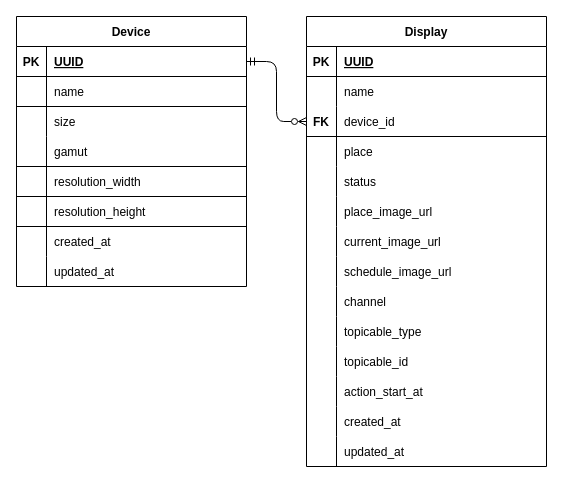
The draw.io diagram display_er_model.drawio in monosparta/borrow_meetingroom_display, before the edit. Source tidied: cells renumbered, new cells numbered last; positions are measured from the earlier drawing's top-left corner, leaving out a move shared by most shapes. Both pictures are drawn from the tidied source at 100%, with x=0, y=0 at pixel (16, 16).
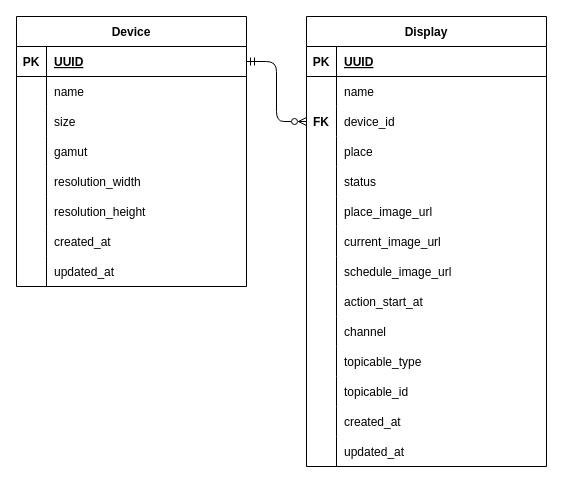
Above is the later version.

The change refers to these unchanged cells:
```xml
<mxCell id="2" value="Display" style="shape=table;startSize=30;childLayout=tableLayout;rowLines=0;fontStyle=1;align=center;fontColor=default;" parent="1" vertex="1">
  <mxGeometry x="290" width="240" height="450" as="geometry" />
</mxCell>
<mxCell id="45" value="Device" style="shape=table;startSize=30;childLayout=tableLayout;rowLines=0;fontStyle=1;align=center;fontColor=default;" parent="1" vertex="1">
  <mxGeometry width="230" height="270" as="geometry" />
</mxCell>
```

Change to the diagram source:
```diff
@@
-    <mxCell id="9" style="shape=tableRow;horizontal=0;startSize=0;swimlaneHead=0;swimlaneBody=0;fillColor=none;points=[[0,0.5],[1,0.5]];portConstraint=eastwest;top=0;left=0;right=0;bottom=1;fontColor=default;" parent="2" vertex="1">
+    <mxCell id="9" style="shape=tableRow;horizontal=0;startSize=0;swimlaneHead=0;swimlaneBody=0;fillColor=none;points=[[0,0.5],[1,0.5]];portConstraint=eastwest;top=0;left=0;right=0;bottom=1;fontColor=default;strokeColor=none;" parent="2" vertex="1">
       <mxGeometry y="90" width="240" height="30" as="geometry" />
     </mxCell>
@@
+    <mxCell id="36" style="shape=tableRow;horizontal=0;startSize=0;swimlaneHead=0;swimlaneBody=0;fillColor=none;top=0;left=0;right=0;bottom=0;fontColor=default;" parent="2" vertex="1">
+      <mxGeometry y="270" width="240" height="30" as="geometry" />
+    </mxCell>
+    <mxCell id="37" style="shape=partialRectangle;fillColor=none;top=0;left=0;bottom=0;right=0;overflow=hidden;fontColor=default;" parent="36" vertex="1">
+      <mxGeometry width="30" height="30" as="geometry" />
+    </mxCell>
+    <mxCell id="38" value="action_start_at" style="shape=partialRectangle;fillColor=none;top=0;left=0;bottom=0;right=0;align=left;spacingLeft=6;overflow=hidden;strokeColor=#FF0000;fontColor=default;" parent="36" vertex="1">
+      <mxGeometry x="30" width="210" height="30" as="geometry" />
+    </mxCell>
     <mxCell id="27" style="shape=tableRow;horizontal=0;startSize=0;swimlaneHead=0;swimlaneBody=0;fillColor=none;top=0;left=0;right=0;bottom=0;fontColor=default;" parent="2" vertex="1">
-      <mxGeometry y="270" width="240" height="30" as="geometry" />
+      <mxGeometry y="300" width="240" height="30" as="geometry" />
     </mxCell>
@@
     <mxCell id="30" style="shape=tableRow;horizontal=0;startSize=0;swimlaneHead=0;swimlaneBody=0;fillColor=none;top=0;left=0;right=0;bottom=0;fontColor=default;" parent="2" vertex="1">
-      <mxGeometry y="300" width="240" height="30" as="geometry" />
+      <mxGeometry y="330" width="240" height="30" as="geometry" />
     </mxCell>
@@
     <mxCell id="33" style="shape=tableRow;horizontal=0;startSize=0;swimlaneHead=0;swimlaneBody=0;fillColor=none;top=0;left=0;right=0;bottom=0;fontColor=default;" parent="2" vertex="1">
-      <mxGeometry y="330" width="240" height="30" as="geometry" />
+      <mxGeometry y="360" width="240" height="30" as="geometry" />
     </mxCell>
@@
-    <mxCell id="36" style="shape=tableRow;horizontal=0;startSize=0;swimlaneHead=0;swimlaneBody=0;fillColor=none;top=0;left=0;right=0;bottom=0;fontColor=default;" parent="2" vertex="1">
-      <mxGeometry y="360" width="240" height="30" as="geometry" />
-    </mxCell>
-    <mxCell id="37" style="shape=partialRectangle;fillColor=none;top=0;left=0;bottom=0;right=0;overflow=hidden;fontColor=default;" parent="36" vertex="1">
-      <mxGeometry width="30" height="30" as="geometry" />
-    </mxCell>
-    <mxCell id="38" value="action_start_at" style="shape=partialRectangle;fillColor=none;top=0;left=0;bottom=0;right=0;align=left;spacingLeft=6;overflow=hidden;strokeColor=#FF0000;fontColor=default;" parent="36" vertex="1">
-      <mxGeometry x="30" width="210" height="30" as="geometry" />
-    </mxCell>
@@
-    <mxCell id="49" style="shape=tableRow;horizontal=0;startSize=0;swimlaneHead=0;swimlaneBody=0;fillColor=none;top=0;left=0;right=0;bottom=1;fontColor=default;" parent="45" vertex="1">
+    <mxCell id="49" style="shape=tableRow;horizontal=0;startSize=0;swimlaneHead=0;swimlaneBody=0;fillColor=none;top=0;left=0;right=0;bottom=1;fontColor=default;strokeColor=none;" parent="45" vertex="1">
       <mxGeometry y="60" width="230" height="30" as="geometry" />
     </mxCell>
@@
-    <mxCell id="51" value="name" style="shape=partialRectangle;fillColor=none;top=0;left=0;bottom=0;right=0;align=left;spacingLeft=6;fontStyle=0;overflow=hidden;fontColor=default;" parent="49" vertex="1">
+    <mxCell id="51" value="name" style="shape=partialRectangle;fillColor=none;top=0;left=0;bottom=0;right=0;align=left;spacingLeft=6;fontStyle=0;overflow=hidden;fontColor=default;strokeColor=default;" parent="49" vertex="1">
       <mxGeometry x="30" width="200" height="30" as="geometry" />
     </mxCell>
@@
-    <mxCell id="55" style="shape=tableRow;horizontal=0;startSize=0;swimlaneHead=0;swimlaneBody=0;fillColor=none;top=0;left=0;right=0;bottom=1;fontColor=default;" parent="45" vertex="1">
+    <mxCell id="55" style="shape=tableRow;horizontal=0;startSize=0;swimlaneHead=0;swimlaneBody=0;fillColor=none;top=0;left=0;right=0;bottom=1;fontColor=default;strokeColor=none;" parent="45" vertex="1">
       <mxGeometry y="120" width="230" height="30" as="geometry" />
     </mxCell>
@@
-    <mxCell id="58" style="shape=tableRow;horizontal=0;startSize=0;swimlaneHead=0;swimlaneBody=0;fillColor=none;top=0;left=0;right=0;bottom=1;fontColor=default;" parent="45" vertex="1">
+    <mxCell id="58" style="shape=tableRow;horizontal=0;startSize=0;swimlaneHead=0;swimlaneBody=0;fillColor=none;top=0;left=0;right=0;bottom=1;fontColor=default;strokeColor=none;" parent="45" vertex="1">
       <mxGeometry y="150" width="230" height="30" as="geometry" />
     </mxCell>
@@
-    <mxCell id="61" style="shape=tableRow;horizontal=0;startSize=0;swimlaneHead=0;swimlaneBody=0;fillColor=none;top=0;left=0;right=0;bottom=1;fontColor=default;" parent="45" vertex="1">
+    <mxCell id="61" style="shape=tableRow;horizontal=0;startSize=0;swimlaneHead=0;swimlaneBody=0;fillColor=none;top=0;left=0;right=0;bottom=1;fontColor=default;swimlaneLine=0;strokeColor=none;" parent="45" vertex="1">
       <mxGeometry y="180" width="230" height="30" as="geometry" />
     </mxCell>
```
